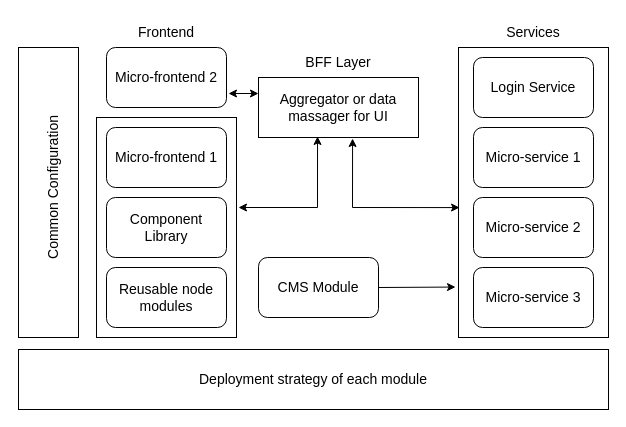
Above: page "rollout plan" (2 of 2) of Untitled Diagram.drawio in jagatjeevansahoo/jagatjeevansahoo (draw.io), before the change. Source tidied: cells renumbered, new cells numbered last; positions are measured from the earlier drawing's top-left corner, leaving out a move shared by most shapes. Both pictures are drawn from the tidied source at 100%, with x=0, y=0 at pixel (-67, 17).
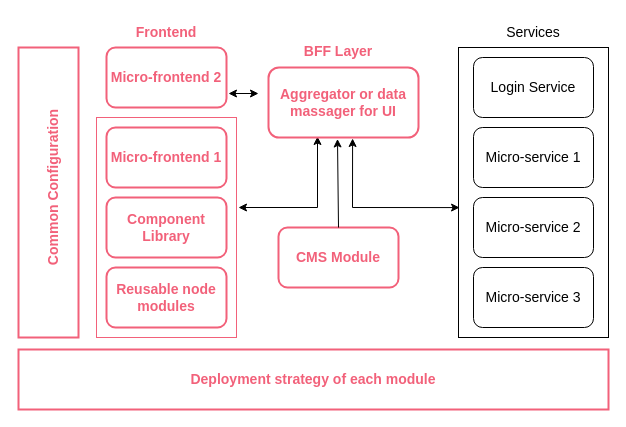
After the change.

The change refers to these unchanged cells:
```xml
<mxCell id="8" style="rounded=0;whiteSpace=wrap;html=1;fontSize=14;" parent="1" vertex="1">
  <mxGeometry x="525" y="30" width="150" height="290" as="geometry" />
</mxCell>
```

Change to the diagram source:
```diff
@@
-    <mxCell id="2" style="rounded=0;whiteSpace=wrap;html=1;" parent="1" vertex="1">
+    <mxCell id="2" style="rounded=0;whiteSpace=wrap;html=1;fontStyle=1;strokeColor=#F2617A;" parent="1" vertex="1">
       <mxGeometry x="163" y="100" width="140" height="220" as="geometry" />
     </mxCell>
-    <mxCell id="3" value="&lt;font style=&quot;font-size: 14px;&quot;&gt;Frontend&lt;/font&gt;" style="text;html=1;strokeColor=none;fillColor=none;align=center;verticalAlign=middle;whiteSpace=wrap;rounded=0;" parent="1" vertex="1">
+    <mxCell id="3" value="&lt;font style=&quot;font-size: 14px;&quot;&gt;Frontend&lt;/font&gt;" style="text;html=1;strokeColor=none;fillColor=none;align=center;verticalAlign=middle;whiteSpace=wrap;rounded=0;fontColor=#F2617A;fontStyle=1;" parent="1" vertex="1">
       <mxGeometry x="203" width="60" height="30" as="geometry" />
     </mxCell>
-    <mxCell id="4" value="Reusable node modules" style="rounded=1;whiteSpace=wrap;html=1;fontSize=14;" parent="1" vertex="1">
+    <mxCell id="4" value="Reusable node modules" style="rounded=1;whiteSpace=wrap;html=1;fontSize=14;fontColor=#F2617A;fontStyle=1;strokeColor=#F2617A;strokeWidth=2;" parent="1" vertex="1">
       <mxGeometry x="173" y="250" width="120" height="60" as="geometry" />
     </mxCell>
-    <mxCell id="5" value="Component Library" style="rounded=1;whiteSpace=wrap;html=1;fontSize=14;" parent="1" vertex="1">
+    <mxCell id="5" value="Component Library" style="rounded=1;whiteSpace=wrap;html=1;fontSize=14;fontColor=#F2617A;fontStyle=1;strokeColor=#F2617A;strokeWidth=2;" parent="1" vertex="1">
       <mxGeometry x="173" y="180" width="120" height="60" as="geometry" />
     </mxCell>
-    <mxCell id="6" value="Micro-frontend 1" style="rounded=1;whiteSpace=wrap;html=1;fontSize=14;" parent="1" vertex="1">
+    <mxCell id="6" value="Micro-frontend 1" style="rounded=1;whiteSpace=wrap;html=1;fontSize=14;fontColor=#F2617A;fontStyle=1;strokeColor=#F2617A;strokeWidth=2;" parent="1" vertex="1">
       <mxGeometry x="173" y="110" width="120" height="60" as="geometry" />
     </mxCell>
-    <mxCell id="7" value="Micro-frontend 2" style="rounded=1;whiteSpace=wrap;html=1;fontSize=14;" parent="1" vertex="1">
+    <mxCell id="7" value="Micro-frontend 2" style="rounded=1;whiteSpace=wrap;html=1;fontSize=14;fontColor=#F2617A;fontStyle=1;strokeColor=#F2617A;strokeWidth=2;" parent="1" vertex="1">
       <mxGeometry x="173" y="30" width="120" height="60" as="geometry" />
     </mxCell>
@@
-    <mxCell id="14" value="CMS Module" style="rounded=1;whiteSpace=wrap;html=1;fontSize=14;" parent="1" vertex="1">
-      <mxGeometry x="325" y="240" width="120" height="60" as="geometry" />
+    <mxCell id="14" value="CMS Module" style="rounded=1;whiteSpace=wrap;html=1;fontSize=14;fontColor=#F2617A;fontStyle=1;strokeColor=#F2617A;strokeWidth=2;" parent="1" vertex="1">
+      <mxGeometry x="345" y="210" width="120" height="60" as="geometry" />
     </mxCell>
-    <mxCell id="15" style="endArrow=classic;startArrow=classic;html=1;rounded=0;fontSize=14;entryX=0.369;entryY=0.983;entryDx=0;entryDy=0;entryPerimeter=0;" parent="1" edge="1" target="20">
+    <mxCell id="15" style="endArrow=classic;startArrow=classic;html=1;rounded=0;fontSize=14;entryX=0.369;entryY=0.983;entryDx=0;entryDy=0;entryPerimeter=0;" parent="1" edge="1">
       <mxGeometry relative="1" as="geometry">
         <mxPoint x="305" y="190" as="sourcePoint" />
+        <mxPoint x="384" y="119" as="targetPoint" />
         <Array as="points">
           <mxPoint x="384" y="190" />
         </Array>
       </mxGeometry>
     </mxCell>
-    <mxCell id="16" style="endArrow=classic;startArrow=classic;html=1;rounded=0;fontSize=14;entryX=0.007;entryY=0.552;entryDx=0;entryDy=0;entryPerimeter=0;exitX=0.588;exitY=1.017;exitDx=0;exitDy=0;exitPerimeter=0;" parent="1" edge="1" source="20" target="8">
+    <mxCell id="16" style="endArrow=classic;startArrow=classic;html=1;rounded=0;fontSize=14;entryX=0.007;entryY=0.552;entryDx=0;entryDy=0;entryPerimeter=0;exitX=0.588;exitY=1.017;exitDx=0;exitDy=0;exitPerimeter=0;" parent="1" edge="1" target="8">
       <mxGeometry relative="1" as="geometry">
+        <mxPoint x="419.1" y="121" as="sourcePoint" />
         <Array as="points">
           <mxPoint x="419" y="190" />
         </Array>
       </mxGeometry>
     </mxCell>
-    <mxCell id="17" style="endArrow=classic;html=1;rounded=0;fontSize=14;exitX=1;exitY=0.5;exitDx=0;exitDy=0;entryX=-0.02;entryY=0.826;entryDx=0;entryDy=0;entryPerimeter=0;" parent="1" edge="1" source="14" target="8">
+    <mxCell id="17" style="endArrow=classic;html=1;rounded=0;fontSize=14;exitX=0.5;exitY=0;exitDx=0;exitDy=0;entryX=0.46;entryY=1.021;entryDx=0;entryDy=0;entryPerimeter=0;" parent="1" edge="1" source="14" target="20">
       <mxGeometry relative="1" as="geometry" />
     </mxCell>
-    <mxCell id="18" value="Deployment strategy of each module" style="rounded=0;whiteSpace=wrap;html=1;fontSize=14;" parent="1" vertex="1">
+    <mxCell id="18" value="Deployment strategy of each module" style="rounded=0;whiteSpace=wrap;html=1;fontSize=14;fontColor=#F2617A;fontStyle=1;strokeColor=#F2617A;strokeWidth=2;" parent="1" vertex="1">
       <mxGeometry x="85" y="332" width="590" height="60" as="geometry" />
     </mxCell>
-    <mxCell id="19" style="group;" parent="1" vertex="1">
+    <mxCell id="19" style="group;fontColor=#F2617A;fontStyle=1;strokeColor=none;strokeWidth=2;" parent="1" vertex="1">
       <mxGeometry x="325" y="30" width="160" height="90" as="geometry" />
     </mxCell>
+    <mxCell id="21" value="&lt;b&gt;BFF Layer&lt;/b&gt;" style="text;html=1;strokeColor=none;fillColor=none;align=center;verticalAlign=middle;whiteSpace=wrap;rounded=0;fontSize=14;fontColor=#F2617A;" parent="19" vertex="1">
+      <mxGeometry x="40" y="-11" width="80" height="30" as="geometry" />
+    </mxCell>
-    <mxCell id="20" value="Aggregator or data massager for UI" style="rounded=0;whiteSpace=wrap;html=1;fontSize=14;" parent="19" vertex="1">
-      <mxGeometry y="30" width="160" height="60" as="geometry" />
+    <mxCell id="20" value="&lt;b&gt;Aggregator or data massager for UI&lt;/b&gt;" style="rounded=1;whiteSpace=wrap;html=1;labelBorderColor=none;fontSize=14;fontColor=#F2617A;strokeColor=#F2617A;strokeWidth=2;" parent="19" vertex="1">
+      <mxGeometry x="10" y="20" width="150" height="70" as="geometry" />
     </mxCell>
-    <mxCell id="21" value="BFF Layer" style="text;html=1;strokeColor=none;fillColor=none;align=center;verticalAlign=middle;whiteSpace=wrap;rounded=0;fontSize=14;" parent="19" vertex="1">
-      <mxGeometry x="40" width="80" height="30" as="geometry" />
-    </mxCell>
-    <mxCell id="22" style="endArrow=classic;startArrow=classic;html=1;rounded=0;fontSize=14;entryX=0;entryY=0;entryDx=0;entryDy=0;" parent="1" edge="1">
+    <mxCell id="22" style="endArrow=classic;startArrow=classic;html=1;rounded=0;fontSize=14;entryX=0;entryY=0;entryDx=0;entryDy=0;fontColor=#F2617A;" parent="1" edge="1">
       <mxGeometry relative="1" as="geometry">
         <mxPoint x="295" y="76" as="sourcePoint" />
         <mxPoint x="325" y="76" as="targetPoint" />
       </mxGeometry>
     </mxCell>
-    <mxCell id="23" style="rounded=0;whiteSpace=wrap;html=1;fontSize=14;" parent="1" vertex="1">
+    <mxCell id="23" style="rounded=0;whiteSpace=wrap;html=1;fontSize=14;strokeColor=#F2617A;strokeWidth=2;" parent="1" vertex="1">
       <mxGeometry x="85" y="30" width="60" height="290" as="geometry" />
     </mxCell>
-    <mxCell id="24" value="Common Configuration" style="text;html=1;strokeColor=none;fillColor=none;align=center;verticalAlign=middle;whiteSpace=wrap;rounded=0;fontSize=14;rotation=270;" parent="1" vertex="1">
+    <mxCell id="24" value="Common Configuration" style="text;html=1;strokeColor=none;fillColor=none;align=center;verticalAlign=middle;whiteSpace=wrap;rounded=0;fontSize=14;rotation=270;fontColor=#F2617A;fontStyle=1;" parent="1" vertex="1">
       <mxGeometry y="155" width="240" height="30" as="geometry" />
     </mxCell>
```
